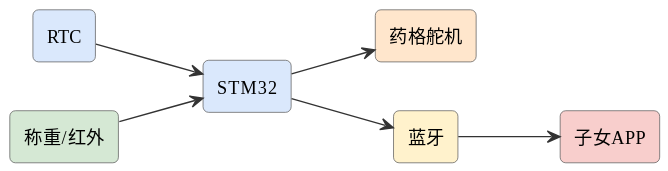
mingyi0818/IntelligentMcuCourse keeps this PlantUML diagram as assets/diagrams/ideas-fig47.svg. Above is the earlier version.
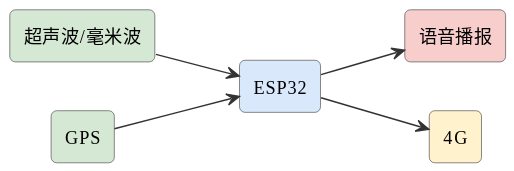
After the change.

What changed in the source:
```diff
@@ -6,15 +6,13 @@
 skinparam arrowFontSize 11
 skinparam arrowColor #333
 left to right direction
-rectangle "RTC" as rtc #dae8fc
-rectangle "STM32" as stm #dae8fc
-rectangle "药格舵机" as servo #ffe6cc
-rectangle "称重/红外" as w #d5e8d4
-rectangle "蓝牙" as bt #fff2cc
-rectangle "子女APP" as app #f8cecc
-rtc --> stm
-stm --> servo
-w --> stm
-stm --> bt
-bt --> app
+rectangle "超声波/毫米波" as ult #d5e8d4
+rectangle "GPS" as gps #d5e8d4
+rectangle "ESP32" as esp #dae8fc
+rectangle "语音播报" as spk #f8cecc
+rectangle "4G" as g #fff2cc
+ult --> esp
+gps --> esp
+esp --> spk
+esp --> g
 @enduml
```
